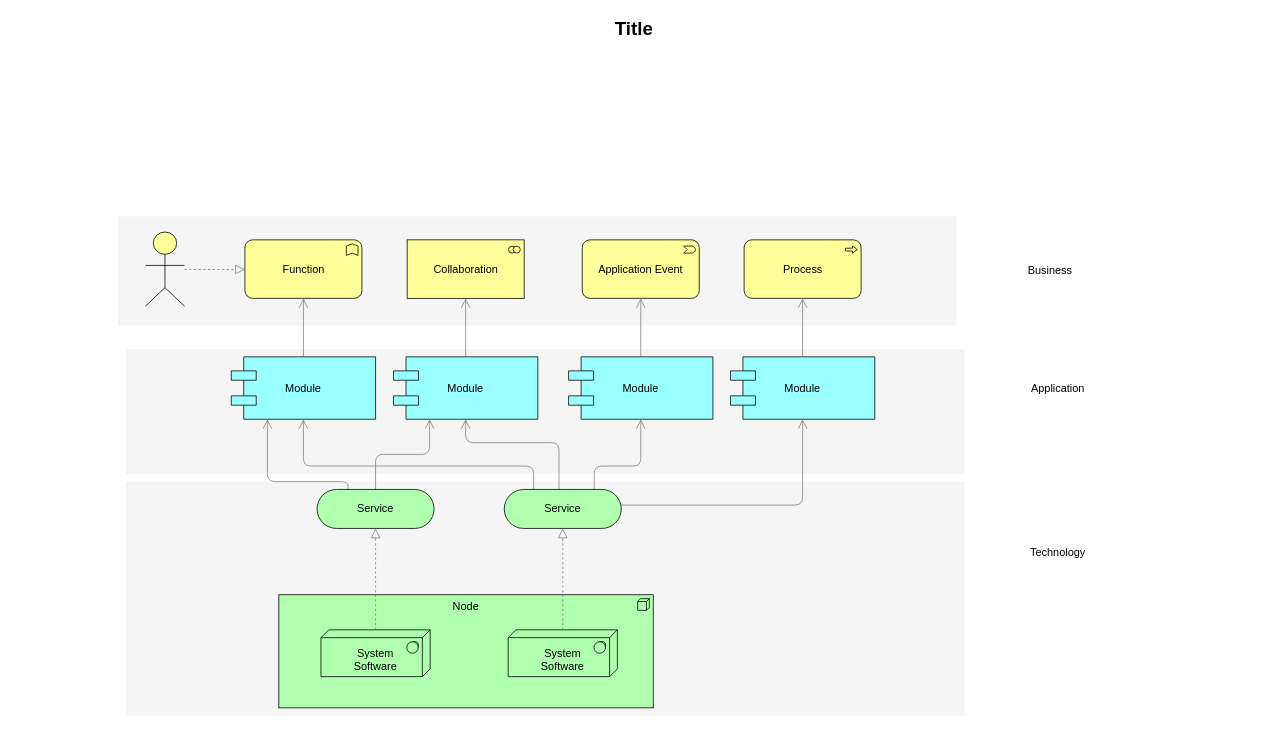
This is 航班动态数据流转图.drawio from yang981209/gitskills, a draw.io file, before an edit. Source tidied: cells renumbered, new cells numbered last; positions are measured from the earlier drawing's top-left corner, leaving out a move shared by most shapes. Both pictures are drawn from the tidied source at 78%, with x=0, y=0 at pixel (13, 13).
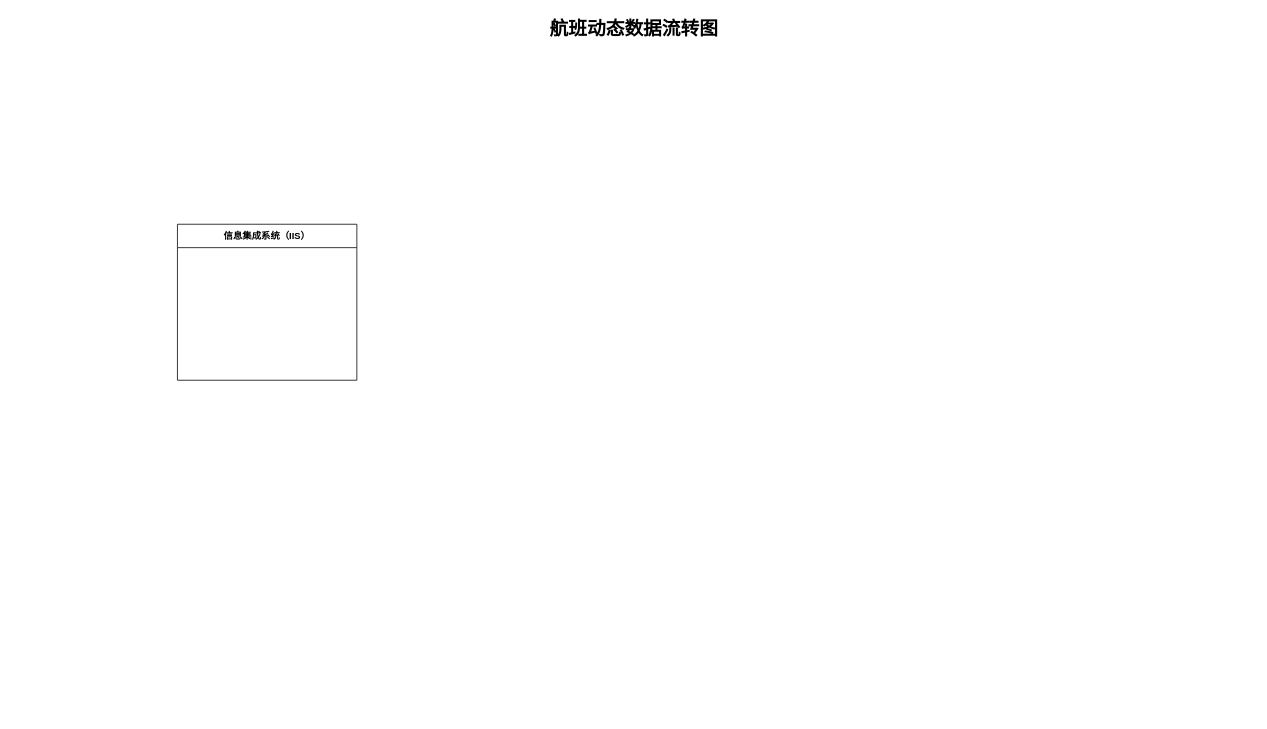
After the change.

Commit message (it also covers changes not shown here):
更新航班动态数据流转图.drawio

Diff of the diagram source:
```diff
@@
-    <mxCell id="2" style="whiteSpace=wrap;html=1;strokeColor=none;strokeWidth=1;fillColor=#f5f5f5;fontSize=14;" parent="1" vertex="1">
-      <mxGeometry x="144" y="600" width="1075" height="300" as="geometry" />
-    </mxCell>
-    <mxCell id="3" style="whiteSpace=wrap;html=1;strokeColor=none;strokeWidth=1;fillColor=#f5f5f5;fontSize=14;" parent="1" vertex="1">
-      <mxGeometry x="144" y="430" width="1075" height="160" as="geometry" />
-    </mxCell>
-    <mxCell id="4" style="whiteSpace=wrap;html=1;strokeColor=none;strokeWidth=1;fillColor=#f5f5f5;fontSize=14;" parent="1" vertex="1">
-      <mxGeometry x="134" y="260" width="1075" height="140" as="geometry" />
-    </mxCell>
-    <mxCell id="5" value="Node" style="html=1;whiteSpace=wrap;fillColor=#AFFFAF;shape=mxgraph.archimate3.application;appType=node;archiType=square;fontSize=14;verticalAlign=top;" parent="1" vertex="1">
-      <mxGeometry x="340" y="745" width="480" height="145" as="geometry" />
-    </mxCell>
-    <mxCell id="6" style="edgeStyle=elbowEdgeStyle;rounded=1;elbow=vertical;html=1;startSize=10;endArrow=block;endFill=0;endSize=10;jettySize=auto;strokeColor=#808080;fontSize=14;dashed=1;" parent="1" edge="1" source="7" target="12">
-      <mxGeometry relative="1" as="geometry" />
-    </mxCell>
-    <mxCell id="7" value="&lt;div&gt;&lt;br&gt;&lt;/div&gt;System&lt;div&gt;Software&lt;/div&gt;" style="html=1;whiteSpace=wrap;fillColor=#AFFFAF;shape=mxgraph.archimate3.tech;techType=sysSw;fontSize=14;" parent="1" vertex="1">
-      <mxGeometry x="394" y="790" width="140" height="60" as="geometry" />
-    </mxCell>
-    <mxCell id="8" style="edgeStyle=elbowEdgeStyle;rounded=1;elbow=vertical;html=1;startSize=10;endArrow=block;endFill=0;endSize=10;jettySize=auto;strokeColor=#808080;fontSize=14;dashed=1;" parent="1" edge="1" source="9" target="17">
-      <mxGeometry relative="1" as="geometry" />
-    </mxCell>
-    <mxCell id="9" value="&lt;div&gt;&lt;br&gt;&lt;/div&gt;&lt;div&gt;&lt;span&gt;System&lt;/span&gt;&lt;div&gt;Software&lt;/div&gt;&lt;/div&gt;" style="html=1;whiteSpace=wrap;fillColor=#AFFFAF;shape=mxgraph.archimate3.tech;techType=sysSw;fontSize=14;" parent="1" vertex="1">
-      <mxGeometry x="634" y="790" width="140" height="60" as="geometry" />
-    </mxCell>
-    <mxCell id="10" style="edgeStyle=elbowEdgeStyle;rounded=1;elbow=vertical;html=1;startSize=10;endArrow=open;endFill=0;endSize=10;jettySize=auto;strokeColor=#808080;fontSize=14;entryX=0.25;entryY=1;" parent="1" edge="1" source="12" target="21">
-      <mxGeometry relative="1" as="geometry" />
-    </mxCell>
-    <mxCell id="11" style="edgeStyle=elbowEdgeStyle;rounded=1;elbow=vertical;html=1;startSize=10;endArrow=open;endFill=0;endSize=10;jettySize=auto;strokeColor=#808080;fontSize=14;entryX=0.25;entryY=1;exitX=0.265;exitY=0.007;exitPerimeter=0;" parent="1" edge="1" source="12" target="19">
-      <mxGeometry relative="1" as="geometry">
-        <Array as="points">
-          <mxPoint x="372" y="600" />
-        </Array>
-      </mxGeometry>
-    </mxCell>
-    <mxCell id="12" value="Service" style="html=1;whiteSpace=wrap;fillColor=#AFFFAF;shape=mxgraph.archimate3.service;fontSize=14;" parent="1" vertex="1">
-      <mxGeometry x="389" y="610" width="150" height="50" as="geometry" />
-    </mxCell>
-    <mxCell id="13" style="edgeStyle=elbowEdgeStyle;rounded=1;elbow=vertical;html=1;startSize=10;endArrow=open;endFill=0;endSize=10;jettySize=auto;strokeColor=#808080;fontSize=14;" parent="1" edge="1" source="17" target="25">
-      <mxGeometry relative="1" as="geometry">
-        <Array as="points">
-          <mxPoint x="859" y="630" />
-        </Array>
-      </mxGeometry>
-    </mxCell>
-    <mxCell id="14" style="edgeStyle=elbowEdgeStyle;rounded=1;elbow=vertical;html=1;startSize=10;endArrow=open;endFill=0;endSize=10;jettySize=auto;strokeColor=#808080;fontSize=14;entryX=0.5;entryY=1;exitX=0.769;exitY=0.025;exitPerimeter=0;" parent="1" edge="1" source="17" target="23">
-      <mxGeometry relative="1" as="geometry">
-        <Array as="points">
-          <mxPoint x="759" y="580" />
-        </Array>
-      </mxGeometry>
-    </mxCell>
-    <mxCell id="15" style="edgeStyle=elbowEdgeStyle;rounded=1;elbow=vertical;html=1;startSize=10;endArrow=open;endFill=0;endSize=10;jettySize=auto;strokeColor=#808080;fontSize=14;entryX=0.5;entryY=1;exitX=0.468;exitY=0.025;exitPerimeter=0;" parent="1" edge="1" source="17" target="21">
-      <mxGeometry relative="1" as="geometry">
-        <Array as="points">
-          <mxPoint x="649" y="550" />
-        </Array>
-      </mxGeometry>
-    </mxCell>
-    <mxCell id="16" style="edgeStyle=elbowEdgeStyle;rounded=1;elbow=vertical;html=1;startSize=10;endArrow=open;endFill=0;endSize=10;jettySize=auto;strokeColor=#808080;fontSize=14;exitX=0.251;exitY=0.002;exitPerimeter=0;" parent="1" edge="1" source="17" target="19">
-      <mxGeometry relative="1" as="geometry">
-        <Array as="points">
-          <mxPoint x="539" y="580" />
-        </Array>
-      </mxGeometry>
-    </mxCell>
-    <mxCell id="17" value="Service" style="html=1;whiteSpace=wrap;fillColor=#AFFFAF;shape=mxgraph.archimate3.service;fontSize=14;" parent="1" vertex="1">
-      <mxGeometry x="629" y="610" width="150" height="50" as="geometry" />
-    </mxCell>
-    <mxCell id="18" style="edgeStyle=elbowEdgeStyle;rounded=1;elbow=vertical;html=1;startSize=10;endArrow=open;endFill=0;endSize=10;jettySize=auto;strokeColor=#808080;fontSize=14;" parent="1" edge="1" source="19" target="26">
-      <mxGeometry relative="1" as="geometry" />
-    </mxCell>
-    <mxCell id="19" value="Module" style="shape=component;align=center;fillColor=#99ffff;gradientColor=none;fontSize=14;" parent="1" vertex="1">
-      <mxGeometry x="279" y="440" width="185" height="80" as="geometry" />
-    </mxCell>
-    <mxCell id="20" style="edgeStyle=elbowEdgeStyle;rounded=1;elbow=vertical;html=1;startSize=10;endArrow=open;endFill=0;endSize=10;jettySize=auto;strokeColor=#808080;fontSize=14;" parent="1" edge="1" source="21" target="27">
-      <mxGeometry relative="1" as="geometry" />
-    </mxCell>
-    <mxCell id="21" value="Module" style="shape=component;align=center;fillColor=#99ffff;gradientColor=none;fontSize=14;" parent="1" vertex="1">
-      <mxGeometry x="487" y="440" width="185" height="80" as="geometry" />
-    </mxCell>
-    <mxCell id="22" style="edgeStyle=elbowEdgeStyle;rounded=1;elbow=vertical;html=1;startSize=10;endArrow=open;endFill=0;endSize=10;jettySize=auto;strokeColor=#808080;fontSize=14;" parent="1" edge="1" source="23" target="28">
-      <mxGeometry relative="1" as="geometry" />
-    </mxCell>
-    <mxCell id="23" value="Module" style="shape=component;align=center;fillColor=#99ffff;gradientColor=none;fontSize=14;" parent="1" vertex="1">
-      <mxGeometry x="711.5" y="440" width="185" height="80" as="geometry" />
-    </mxCell>
-    <mxCell id="24" style="edgeStyle=elbowEdgeStyle;rounded=1;elbow=vertical;html=1;startSize=10;endArrow=open;endFill=0;endSize=10;jettySize=auto;strokeColor=#808080;fontSize=14;" parent="1" edge="1" source="25" target="29">
-      <mxGeometry relative="1" as="geometry" />
-    </mxCell>
-    <mxCell id="25" value="Module" style="shape=component;align=center;fillColor=#99ffff;gradientColor=none;fontSize=14;" parent="1" vertex="1">
-      <mxGeometry x="919" y="440" width="185" height="80" as="geometry" />
-    </mxCell>
-    <mxCell id="26" value="Function" style="html=1;whiteSpace=wrap;fillColor=#ffff99;shape=mxgraph.archimate3.application;appType=func;archiType=rounded;fontSize=14;" parent="1" vertex="1">
-      <mxGeometry x="296.5" y="290" width="150" height="75" as="geometry" />
-    </mxCell>
-    <mxCell id="27" value="Collaboration" style="html=1;whiteSpace=wrap;fillColor=#ffff99;shape=mxgraph.archimate3.application;appType=collab;archiType=square;fontSize=14;" parent="1" vertex="1">
-      <mxGeometry x="504.5" y="290" width="150" height="75" as="geometry" />
-    </mxCell>
-    <mxCell id="28" value="Application Event" style="html=1;whiteSpace=wrap;fillColor=#ffff99;shape=mxgraph.archimate3.application;appType=event;archiType=rounded;fontSize=14;" parent="1" vertex="1">
-      <mxGeometry x="729" y="290" width="150" height="75" as="geometry" />
-    </mxCell>
-    <mxCell id="29" value="Process" style="html=1;whiteSpace=wrap;fillColor=#ffff99;shape=mxgraph.archimate3.application;appType=proc;archiType=rounded;fontSize=14;" parent="1" vertex="1">
-      <mxGeometry x="936.5" y="290" width="150" height="75" as="geometry" />
-    </mxCell>
-    <mxCell id="30" value="Technology" style="text;html=1;strokeColor=none;fillColor=none;align=center;verticalAlign=middle;whiteSpace=wrap;fontSize=14;" parent="1" vertex="1">
-      <mxGeometry x="1219" y="681" width="240" height="20" as="geometry" />
-    </mxCell>
-    <mxCell id="31" value="Application" style="text;html=1;strokeColor=none;fillColor=none;align=center;verticalAlign=middle;whiteSpace=wrap;fontSize=14;" parent="1" vertex="1">
-      <mxGeometry x="1219" y="471" width="240" height="20" as="geometry" />
-    </mxCell>
-    <mxCell id="32" value="Business" style="text;html=1;strokeColor=none;fillColor=none;align=center;verticalAlign=middle;whiteSpace=wrap;fontSize=14;" parent="1" vertex="1">
-      <mxGeometry x="1209" y="319" width="240" height="20" as="geometry" />
-    </mxCell>
-    <mxCell id="33" style="edgeStyle=elbowEdgeStyle;rounded=1;elbow=vertical;html=1;dashed=1;startSize=10;endArrow=block;endFill=0;endSize=10;jettySize=auto;strokeColor=#808080;fontSize=14;" parent="1" edge="1" source="34" target="26">
-      <mxGeometry relative="1" as="geometry" />
-    </mxCell>
-    <mxCell id="34" style="html=1;whiteSpace=wrap;fillColor=#ffff99;shape=mxgraph.archimate3.actor;fontSize=14;" parent="1" vertex="1">
-      <mxGeometry x="169" y="280" width="50" height="95" as="geometry" />
-    </mxCell>
-    <mxCell id="35" value="Title" style="text;strokeColor=none;fillColor=none;html=1;fontSize=24;fontStyle=1;verticalAlign=middle;align=center;" parent="1" vertex="1">
+    <mxCell id="35" value="航班动态数据流转图&lt;br&gt;" style="text;strokeColor=none;fillColor=none;html=1;fontSize=24;fontStyle=1;verticalAlign=middle;align=center;" parent="1" vertex="1">
       <mxGeometry width="1590" height="40" as="geometry" />
     </mxCell>
+    <mxCell id="36" value="信息集成系统（IIS）" style="swimlane;startSize=30;rounded=1;arcSize=0;" parent="1" vertex="1">
+      <mxGeometry x="210" y="270" width="230" height="200" as="geometry" />
+    </mxCell>
```
